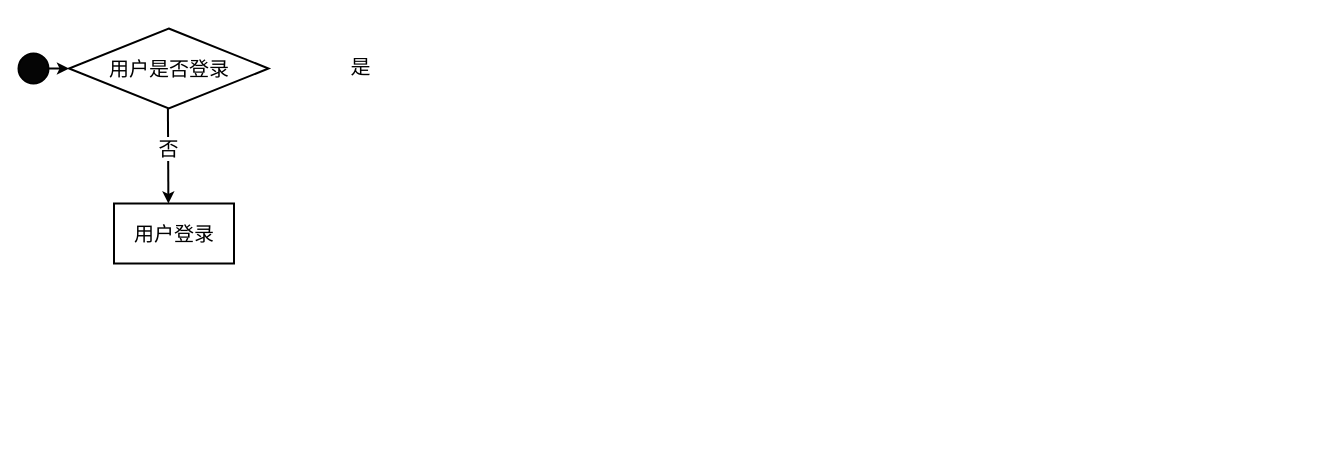
jongsh/drawio keeps this draw.io diagram as 2024-BUAA-SE/需求规格书/成果管理模块-业务流程.drawio. Above is the earlier version. Source tidied: cells renumbered, new cells numbered last; positions are measured from the earlier drawing's top-left corner, leaving out a move shared by most shapes. Both pictures are drawn from the tidied source at 100%, with x=0, y=0 at pixel (18, 28).
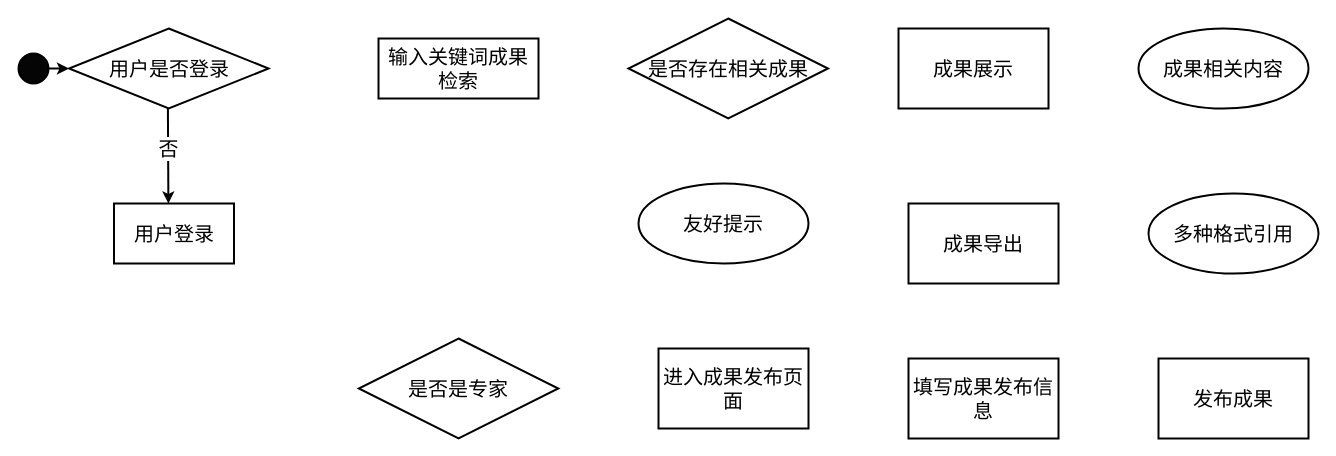
After the change.

Commit message (it also covers changes not shown here):
更新成果管理模块-业务流程.drawio

Change to the diagram source:
```diff
@@
-    <mxCell id="3" value="是" style="edgeLabel;html=1;align=center;verticalAlign=middle;fontSize=20;" parent="1" vertex="1">
-      <mxGeometry x="341.5" y="37" as="geometry" />
-    </mxCell>
@@
+    <mxCell id="10" style="group;strokeWidth=2;spacing=2;fontSize=20;fontColor=default;labelBackgroundColor=none;horizontal=1;" parent="1" vertex="1">
+      <mxGeometry x="360" y="10" width="160" height="60" as="geometry" />
+    </mxCell>
+    <mxCell id="11" value="&lt;font style=&quot;font-size: 20px;&quot;&gt;输入关键词成果检索&lt;/font&gt;" style="rounded=0;whiteSpace=wrap;html=1;strokeWidth=2;spacing=2;fontSize=20;fontColor=default;labelBackgroundColor=none;horizontal=1;" parent="10" vertex="1">
+      <mxGeometry width="160" height="60" as="geometry" />
+    </mxCell>
+    <mxCell id="12" value="是否存在相关成果" style="rhombus;whiteSpace=wrap;html=1;strokeWidth=2;spacing=2;fontSize=20;fontColor=default;labelBackgroundColor=none;horizontal=1;" parent="1" vertex="1">
+      <mxGeometry x="610" y="-10" width="199.5" height="100" as="geometry" />
+    </mxCell>
+    <mxCell id="13" style="group;strokeWidth=2;spacing=2;fontSize=20;fontColor=default;labelBackgroundColor=none;horizontal=1;" parent="1" vertex="1">
+      <mxGeometry x="880" width="150" height="80" as="geometry" />
+    </mxCell>
+    <mxCell id="14" value="&lt;font style=&quot;font-size: 20px;&quot;&gt;成果展示&lt;/font&gt;" style="rounded=0;whiteSpace=wrap;html=1;strokeWidth=2;spacing=2;fontSize=20;fontColor=default;labelBackgroundColor=none;horizontal=1;" parent="13" vertex="1">
+      <mxGeometry width="150" height="80" as="geometry" />
+    </mxCell>
+    <mxCell id="15" value="成果相关内容" style="ellipse;whiteSpace=wrap;html=1;fontSize=20;strokeWidth=2;" parent="1" vertex="1">
+      <mxGeometry x="1120" width="170" height="80" as="geometry" />
+    </mxCell>
+    <mxCell id="16" value="多种格式引用" style="ellipse;whiteSpace=wrap;html=1;fontSize=20;strokeWidth=2;" parent="1" vertex="1">
+      <mxGeometry x="1130" y="165" width="170" height="80" as="geometry" />
+    </mxCell>
+    <mxCell id="17" value="友好提示" style="ellipse;whiteSpace=wrap;html=1;fontSize=20;strokeWidth=2;" parent="1" vertex="1">
+      <mxGeometry x="620" y="155" width="170" height="80" as="geometry" />
+    </mxCell>
+    <mxCell id="18" style="group;strokeWidth=2;spacing=2;fontSize=20;fontColor=default;labelBackgroundColor=none;horizontal=1;" parent="1" vertex="1">
+      <mxGeometry x="890" y="175" width="150" height="80" as="geometry" />
+    </mxCell>
+    <mxCell id="19" value="&lt;font style=&quot;font-size: 20px;&quot;&gt;成果导出&lt;/font&gt;" style="rounded=0;whiteSpace=wrap;html=1;strokeWidth=2;spacing=2;fontSize=20;fontColor=default;labelBackgroundColor=none;horizontal=1;" parent="18" vertex="1">
+      <mxGeometry width="150" height="80" as="geometry" />
+    </mxCell>
+    <mxCell id="20" value="是否是专家" style="rhombus;whiteSpace=wrap;html=1;strokeWidth=2;spacing=2;fontSize=20;fontColor=default;labelBackgroundColor=none;horizontal=1;" parent="1" vertex="1">
+      <mxGeometry x="340.3" y="310" width="199.5" height="100" as="geometry" />
+    </mxCell>
+    <mxCell id="21" style="group;strokeWidth=2;spacing=2;fontSize=20;fontColor=default;labelBackgroundColor=none;horizontal=1;" parent="1" vertex="1">
+      <mxGeometry x="640" y="320" width="150" height="80" as="geometry" />
+    </mxCell>
+    <mxCell id="22" value="&lt;font style=&quot;font-size: 20px;&quot;&gt;进入成果发布页面&lt;/font&gt;" style="rounded=0;whiteSpace=wrap;html=1;strokeWidth=2;spacing=2;fontSize=20;fontColor=default;labelBackgroundColor=none;horizontal=1;" parent="21" vertex="1">
+      <mxGeometry width="150" height="80" as="geometry" />
+    </mxCell>
+    <mxCell id="23" style="group;strokeWidth=2;spacing=2;fontSize=20;fontColor=default;labelBackgroundColor=none;horizontal=1;" parent="1" vertex="1">
+      <mxGeometry x="890" y="330" width="150" height="80" as="geometry" />
+    </mxCell>
+    <mxCell id="24" value="&lt;font style=&quot;font-size: 20px;&quot;&gt;填写成果发布信息&lt;/font&gt;" style="rounded=0;whiteSpace=wrap;html=1;strokeWidth=2;spacing=2;fontSize=20;fontColor=default;labelBackgroundColor=none;horizontal=1;" parent="23" vertex="1">
+      <mxGeometry width="150" height="80" as="geometry" />
+    </mxCell>
+    <mxCell id="25" style="group;strokeWidth=2;spacing=2;fontSize=20;fontColor=default;labelBackgroundColor=none;horizontal=1;" parent="1" vertex="1">
+      <mxGeometry x="1140" y="330" width="150" height="80" as="geometry" />
+    </mxCell>
+    <mxCell id="26" value="&lt;font style=&quot;font-size: 20px;&quot;&gt;发布成果&lt;/font&gt;" style="rounded=0;whiteSpace=wrap;html=1;strokeWidth=2;spacing=2;fontSize=20;fontColor=default;labelBackgroundColor=none;horizontal=1;" parent="25" vertex="1">
+      <mxGeometry width="150" height="80" as="geometry" />
+    </mxCell>
```
